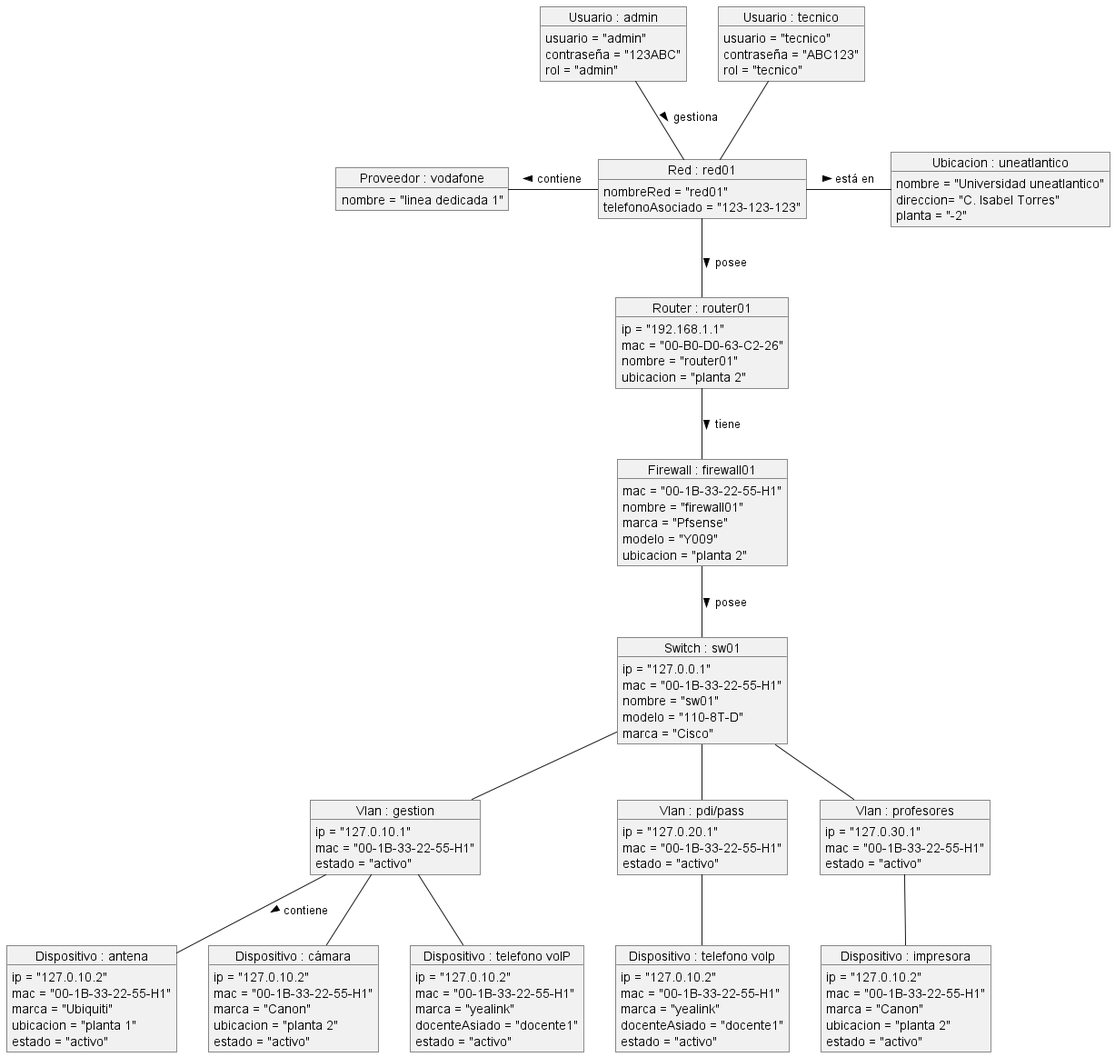
Before: 000-entregas/diagramaDeObjetos/DiagramaDeObjetos.png, a diagram exported from PlantUML (mmasias/IdSw1-22-23).
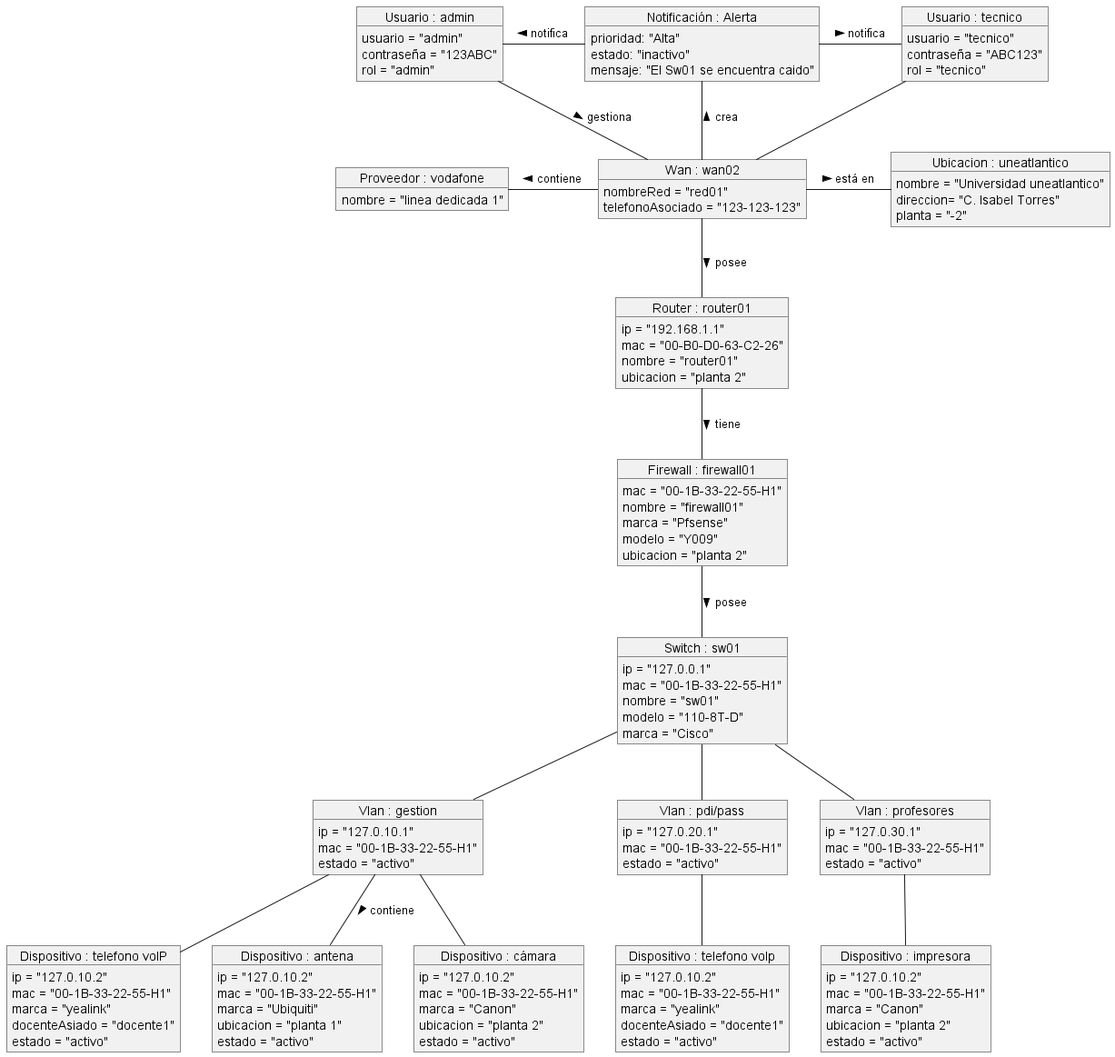
Later version of the same file.

The edit, as a diff of the source:
```diff
@@ -12,7 +12,13 @@
     rol = "tecnico"
 }
 
-object "Red : red01" as red1 {
+object "Notificación : Alerta" as notificacion {
+    prioridad: "Alta"
+    estado: "inactivo"
+    mensaje: "El Sw01 se encuentra caido"
+}
+
+object "Wan : wan02" as red1 {
 nombreRed = "red01"
 telefonoAsociado = "123-123-123"
 }
@@ -108,8 +114,11 @@
     estado = "activo"
 }
 
-admin -d- red1: gestiona >
+admin -- red1: gestiona >
+admin -r- notificacion : notifica <
+user -l- notificacion : notifica <
 user -- red1
+notificacion -- red1: crea <
 red1 -- router: posee >
 router -- firewall: tiene >
 red1 -l- redIris: contiene >
```
